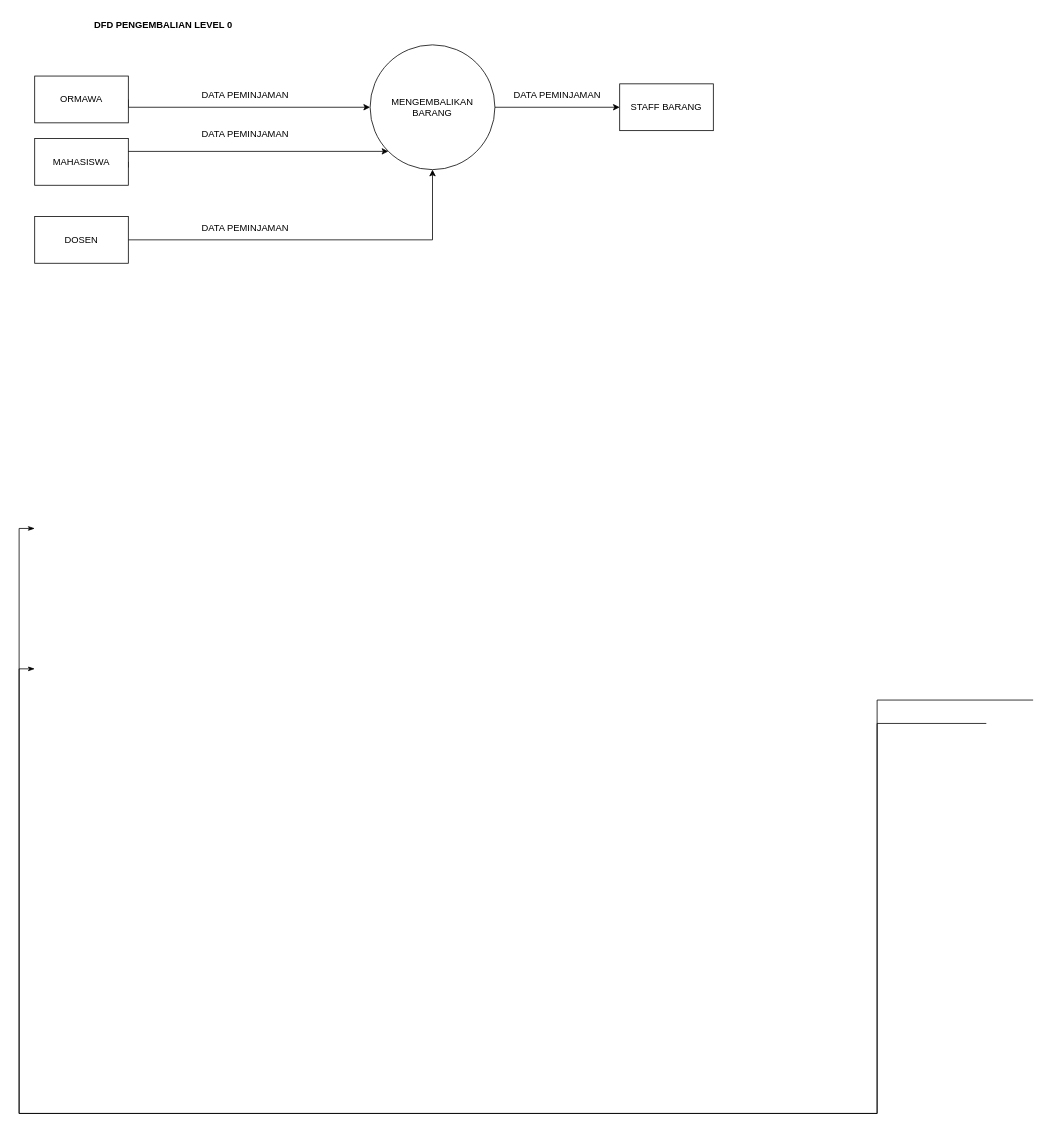
The draw.io diagram page "PENGEMBALIAN" (1 of 3) of DATA FLOW DIAGRAM.drawio in aliance22/Kelompok-3-ADPL-PPL, before the edit. Source tidied: cells renumbered, new cells numbered last; positions are measured from the earlier drawing's top-left corner, leaving out a move shared by most shapes. Both pictures are drawn from the tidied source at 78%, with x=0, y=0 at pixel (19, 13).
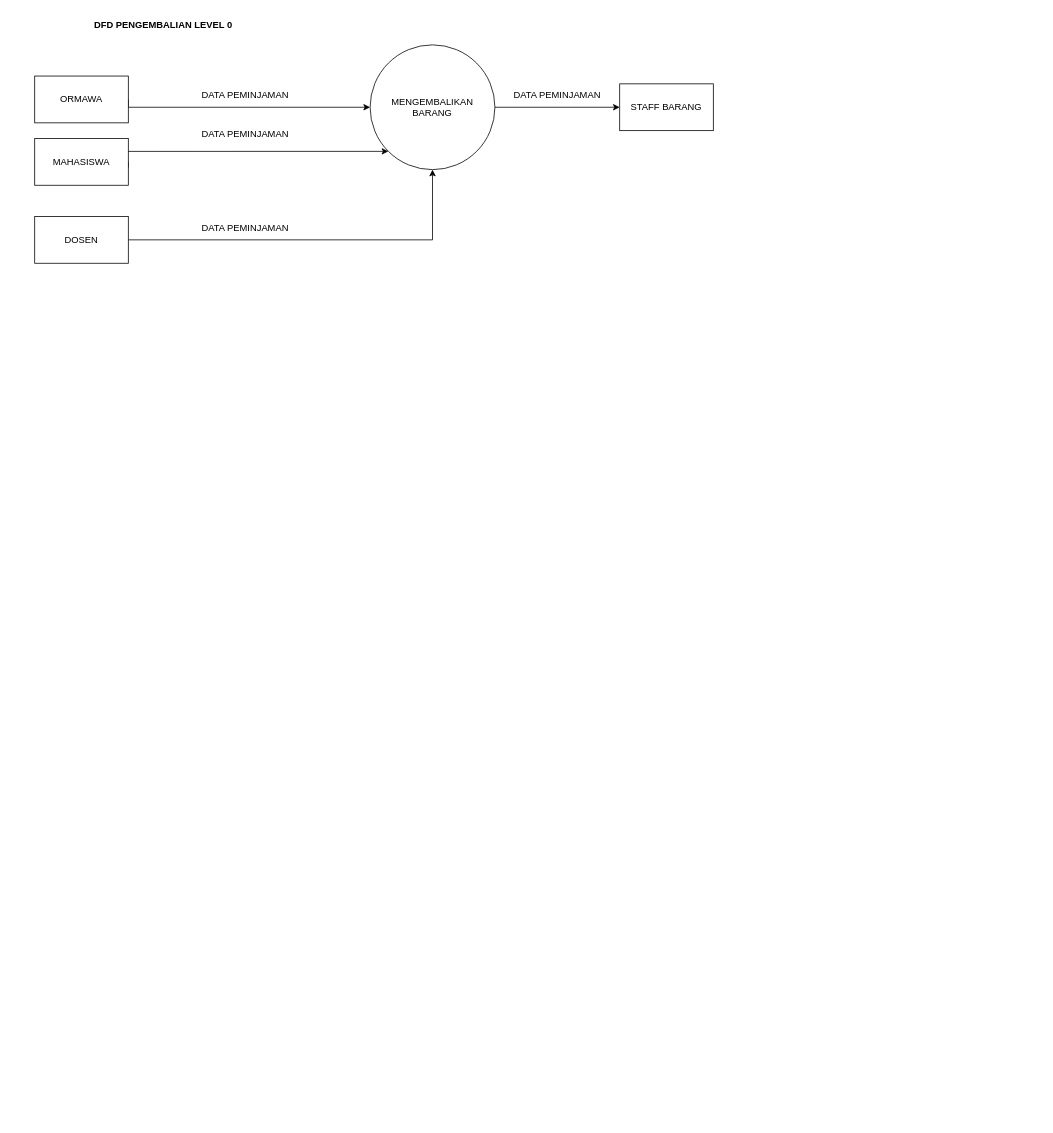
The same diagram, later.

Commit message (it also covers changes not shown here):
USE CASE DIAGRAM

The edit, as a diff of the source:
```diff
@@
-    <mxCell id="17" style="edgeStyle=orthogonalEdgeStyle;rounded=0;orthogonalLoop=1;jettySize=auto;html=1;exitX=0;exitY=0.5;exitDx=0;exitDy=0;startArrow=classicThin;startFill=1;endArrow=none;endFill=0;entryX=0.5;entryY=1;entryDx=0;entryDy=0;" parent="1" edge="1">
-      <mxGeometry relative="1" as="geometry">
-        <mxPoint x="20" y="660" as="sourcePoint" />
-        <mxPoint x="1300" y="880" as="targetPoint" />
-        <Array as="points">
-          <mxPoint y="660" />
-          <mxPoint y="1410" />
-          <mxPoint x="1100" y="1410" />
-        </Array>
-      </mxGeometry>
-    </mxCell>
-    <mxCell id="18" style="edgeStyle=orthogonalEdgeStyle;rounded=0;orthogonalLoop=1;jettySize=auto;html=1;exitX=0;exitY=0.5;exitDx=0;exitDy=0;startArrow=classicThin;startFill=1;endArrow=none;endFill=0;entryX=0.5;entryY=1;entryDx=0;entryDy=0;" parent="1" edge="1">
-      <mxGeometry relative="1" as="geometry">
-        <mxPoint x="20" y="840" as="sourcePoint" />
-        <mxPoint x="1240" y="910" as="targetPoint" />
-        <Array as="points">
-          <mxPoint y="840" />
-          <mxPoint y="1410" />
-          <mxPoint x="1100" y="1410" />
-        </Array>
-      </mxGeometry>
-    </mxCell>
```
